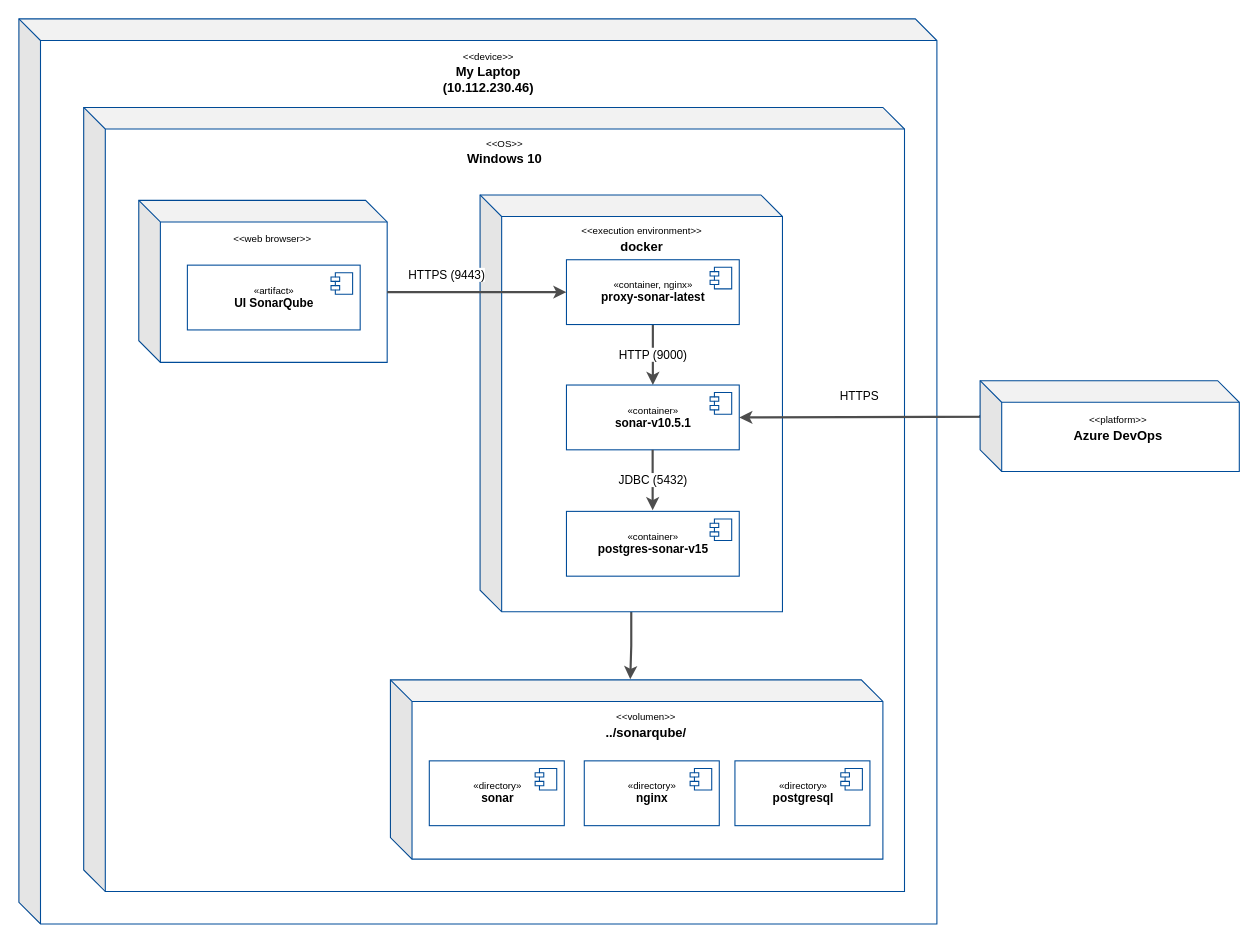
Above: page "SonarQube DF" (2 of 2) of doc/components-diagram.drawio in rahozindracompany/sonarqube (draw.io), before the change. Source tidied: cells renumbered, new cells numbered last; positions are measured from the earlier drawing's top-left corner, leaving out a move shared by most shapes. Both pictures are drawn from the tidied source at 108%, with x=0, y=0 at pixel (18, 18).
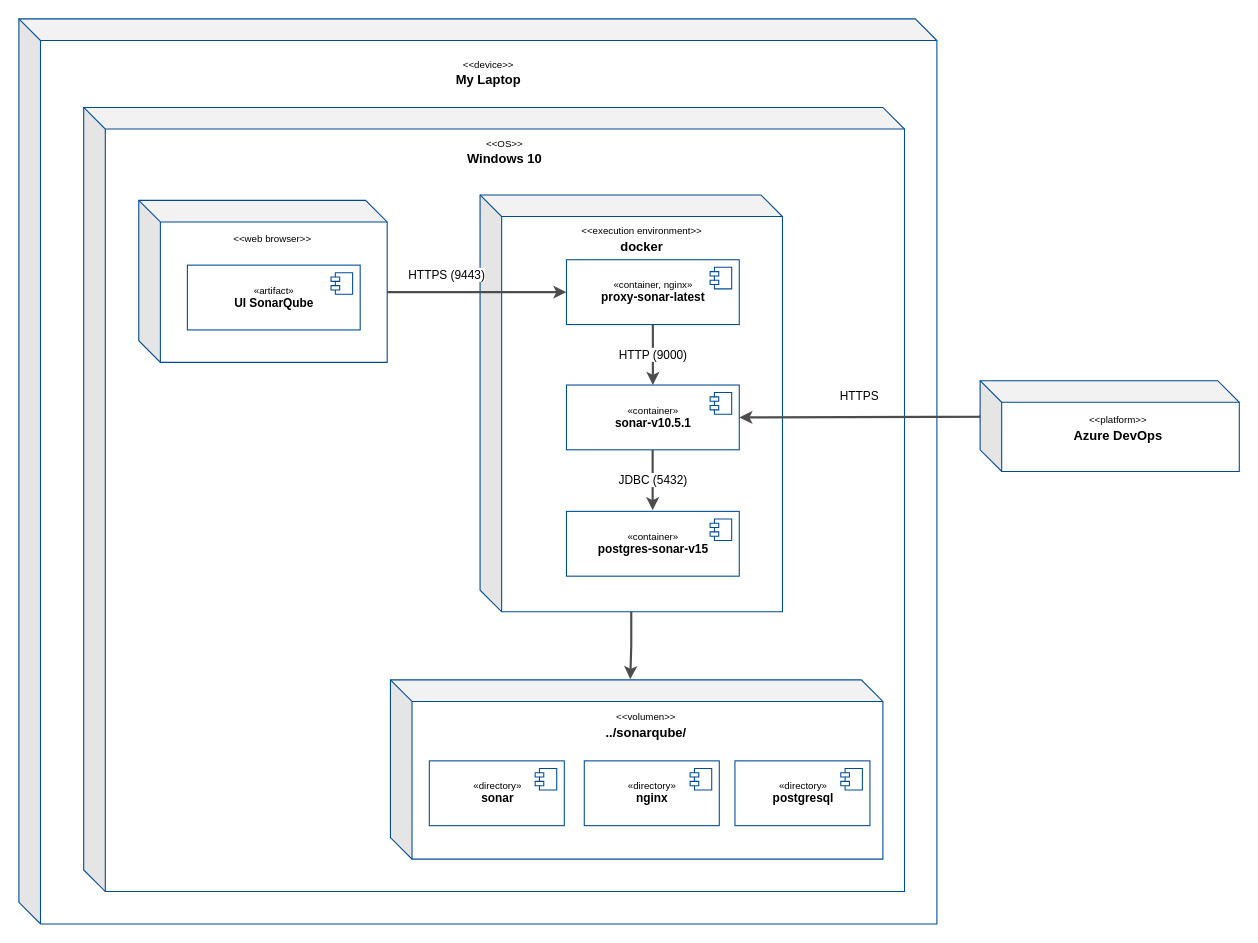
After the change.

What changed in the source:
```diff
@@
-    <mxCell id="3" value="&lt;span style=&quot;font-weight: normal&quot;&gt;&lt;font style=&quot;font-size: 9px&quot;&gt;&amp;lt;&amp;lt;device&amp;gt;&amp;gt;&lt;/font&gt;&lt;/span&gt;&lt;br&gt;My Laptop&lt;br&gt;(10.112.230.46)" style="text;html=1;strokeColor=none;fillColor=none;align=center;verticalAlign=middle;whiteSpace=wrap;rounded=0;fontColor=#000000;fontStyle=1;" parent="1" vertex="1">
+    <mxCell id="3" value="&lt;span style=&quot;font-weight: normal&quot;&gt;&lt;font style=&quot;font-size: 9px&quot;&gt;&amp;lt;&amp;lt;device&amp;gt;&amp;gt;&lt;/font&gt;&lt;/span&gt;&lt;br&gt;My Laptop" style="text;html=1;strokeColor=none;fillColor=none;align=center;verticalAlign=middle;whiteSpace=wrap;rounded=0;fontColor=#000000;fontStyle=1;" parent="1" vertex="1">
       <mxGeometry x="30" y="29" width="810" height="40" as="geometry" />
     </mxCell>
```
